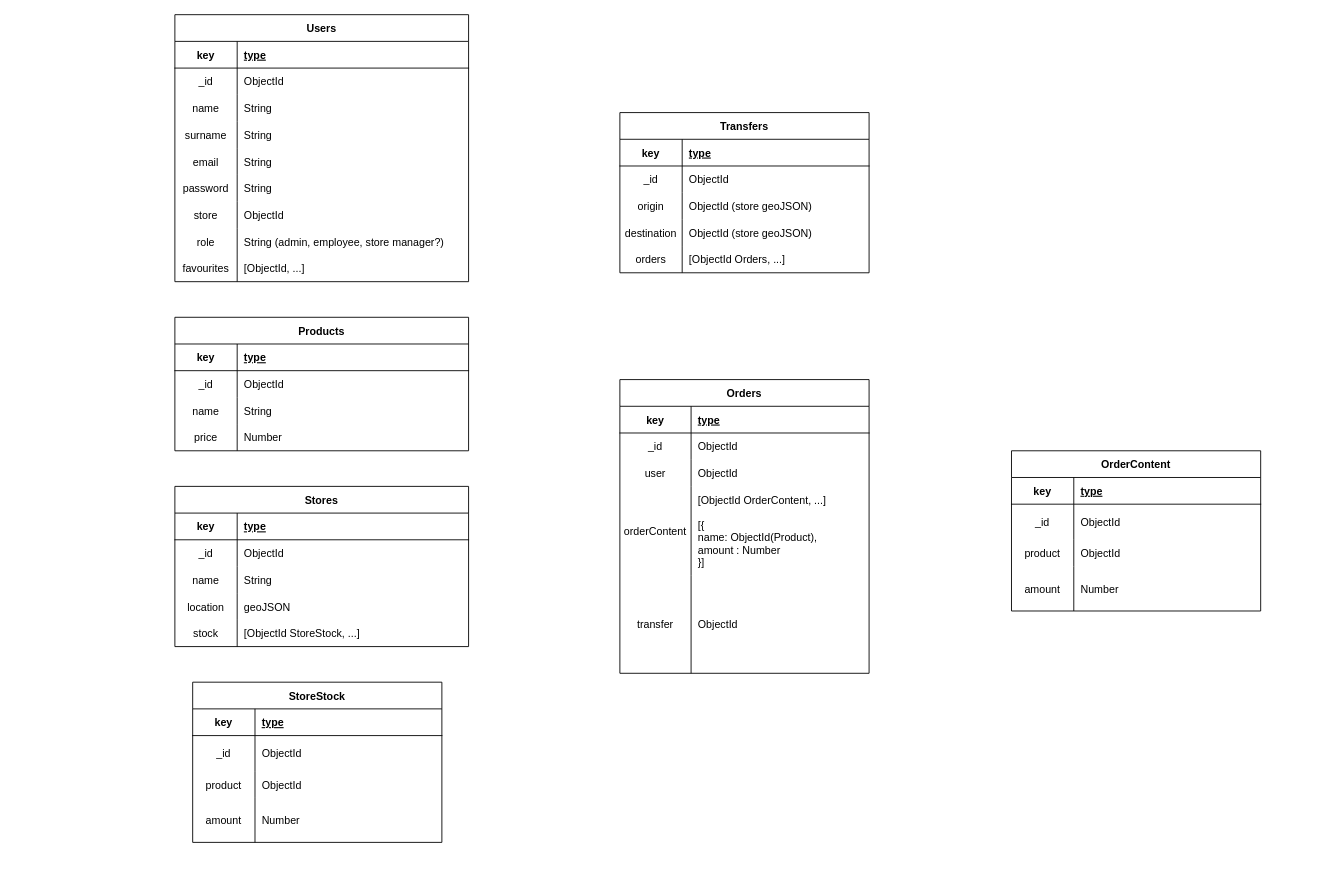
Earlier version of the draw.io diagram omniSell Diagram.drawio (jesusht87/omniSell-API). Source tidied: cells renumbered, new cells numbered last; positions are measured from the earlier drawing's top-left corner, leaving out a move shared by most shapes. Both pictures are drawn from the tidied source at 89%, with x=0, y=0 at pixel (174, 14).
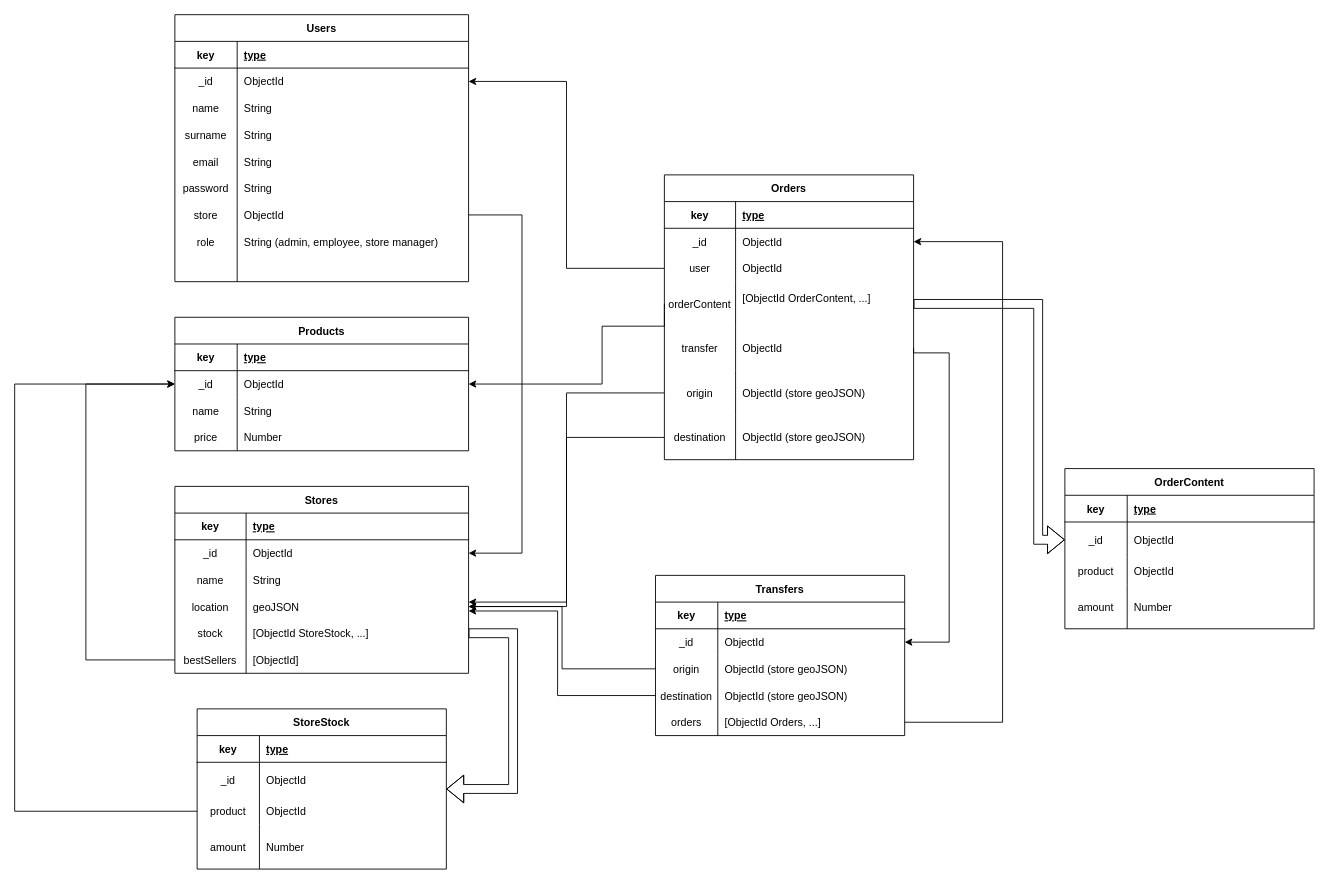
The same diagram, later.

The change refers to these unchanged cells:
```xml
<mxCell id="6" style="shape=tableRow;horizontal=0;startSize=0;swimlaneHead=0;swimlaneBody=0;fillColor=none;points=[[0,0.5],[1,0.5]];portConstraint=eastwest;top=0;left=0;right=0;bottom=0;" parent="2" vertex="1">
  <mxGeometry y="60" width="330" height="30" as="geometry" />
</mxCell>
<mxCell id="16" style="shape=tableRow;horizontal=0;startSize=0;swimlaneHead=0;swimlaneBody=0;fillColor=none;top=0;left=0;right=0;bottom=1;" parent="15" vertex="1">
  <mxGeometry y="30" width="330" height="30" as="geometry" />
</mxCell>
<mxCell id="19" style="shape=tableRow;horizontal=0;startSize=0;swimlaneHead=0;swimlaneBody=0;fillColor=none;points=[[0,0.5],[1,0.5]];portConstraint=eastwest;top=0;left=0;right=0;bottom=0;" parent="15" vertex="1">
  <mxGeometry y="60" width="330" height="30" as="geometry" />
</mxCell>
<mxCell id="22" style="shape=tableRow;horizontal=0;startSize=0;swimlaneHead=0;swimlaneBody=0;fillColor=none;top=0;left=0;right=0;bottom=0;" parent="15" vertex="1">
  <mxGeometry y="90" width="330" height="30" as="geometry" />
</mxCell>
<mxCell id="25" style="shape=tableRow;horizontal=0;startSize=0;swimlaneHead=0;swimlaneBody=0;fillColor=none;points=[[0,0.5],[1,0.5]];portConstraint=eastwest;top=0;left=0;right=0;bottom=0;" parent="15" vertex="1">
  <mxGeometry y="120" width="330" height="30" as="geometry" />
</mxCell>
<mxCell id="28" style="shape=tableRow;horizontal=0;startSize=0;swimlaneHead=0;swimlaneBody=0;fillColor=none;points=[[0,0.5],[1,0.5]];portConstraint=eastwest;top=0;left=0;right=0;bottom=0;" parent="15" vertex="1">
  <mxGeometry y="150" width="330" height="30" as="geometry" />
</mxCell>
<mxCell id="35" style="shape=tableRow;horizontal=0;startSize=0;swimlaneHead=0;swimlaneBody=0;fillColor=none;points=[[0,0.5],[1,0.5]];portConstraint=eastwest;top=0;left=0;right=0;bottom=0;" parent="31" vertex="1">
  <mxGeometry y="60" width="330" height="30" as="geometry" />
</mxCell>
<mxCell id="50" style="shape=tableRow;horizontal=0;startSize=0;swimlaneHead=0;swimlaneBody=0;fillColor=none;points=[[0,0.5],[1,0.5]];portConstraint=eastwest;top=0;left=0;right=0;bottom=0;" parent="31" vertex="1">
  <mxGeometry y="210" width="330" height="30" as="geometry" />
</mxCell>
<mxCell id="53" style="shape=tableRow;horizontal=0;startSize=0;swimlaneHead=0;swimlaneBody=0;fillColor=none;top=0;left=0;right=0;bottom=0;" parent="31" vertex="1">
  <mxGeometry y="240" width="330" height="30" as="geometry" />
</mxCell>
<mxCell id="56" style="shape=tableRow;horizontal=0;startSize=0;swimlaneHead=0;swimlaneBody=0;fillColor=none;top=0;left=0;right=0;bottom=0;" parent="31" vertex="1">
  <mxGeometry y="270" width="330" height="30" as="geometry" />
</mxCell>
<mxCell id="63" style="shape=tableRow;horizontal=0;startSize=0;swimlaneHead=0;swimlaneBody=0;fillColor=none;points=[[0,0.5],[1,0.5]];portConstraint=eastwest;top=0;left=0;right=0;bottom=0;" parent="59" vertex="1">
  <mxGeometry y="60" width="280" height="30" as="geometry" />
</mxCell>
<mxCell id="66" style="shape=tableRow;horizontal=0;startSize=0;swimlaneHead=0;swimlaneBody=0;fillColor=none;points=[[0,0.5],[1,0.5]];portConstraint=eastwest;top=0;left=0;right=0;bottom=0;" parent="59" vertex="1">
  <mxGeometry y="90" width="280" height="30" as="geometry" />
</mxCell>
<mxCell id="79" style="shape=tableRow;horizontal=0;startSize=0;swimlaneHead=0;swimlaneBody=0;fillColor=none;points=[[0,0.5],[1,0.5]];portConstraint=eastwest;top=0;left=0;right=0;bottom=0;" parent="75" vertex="1">
  <mxGeometry y="60" width="280" height="30" as="geometry" />
</mxCell>
<mxCell id="82" style="shape=tableRow;horizontal=0;startSize=0;swimlaneHead=0;swimlaneBody=0;fillColor=none;points=[[0,0.5],[1,0.5]];portConstraint=eastwest;top=0;left=0;right=0;bottom=0;" parent="75" vertex="1">
  <mxGeometry y="90" width="280" height="30" as="geometry" />
</mxCell>
<mxCell id="85" style="shape=tableRow;horizontal=0;startSize=0;swimlaneHead=0;swimlaneBody=0;fillColor=none;points=[[0,0.5],[1,0.5]];portConstraint=eastwest;top=0;left=0;right=0;bottom=0;" parent="75" vertex="1">
  <mxGeometry y="120" width="280" height="30" as="geometry" />
</mxCell>
<mxCell id="88" style="shape=tableRow;horizontal=0;startSize=0;swimlaneHead=0;swimlaneBody=0;fillColor=none;points=[[0,0.5],[1,0.5]];portConstraint=eastwest;top=0;left=0;right=0;bottom=0;" parent="75" vertex="1">
  <mxGeometry y="150" width="280" height="30" as="geometry" />
</mxCell>
<mxCell id="95" style="shape=tableRow;horizontal=0;startSize=0;swimlaneHead=0;swimlaneBody=0;fillColor=none;points=[[0,0.5],[1,0.5]];portConstraint=eastwest;top=0;left=0;right=0;bottom=0;" parent="91" vertex="1">
  <mxGeometry y="60" width="280" height="40" as="geometry" />
</mxCell>
<mxCell id="111" style="shape=tableRow;horizontal=0;startSize=0;swimlaneHead=0;swimlaneBody=0;fillColor=none;points=[[0,0.5],[1,0.5]];portConstraint=eastwest;top=0;left=0;right=0;bottom=0;" parent="104" vertex="1">
  <mxGeometry y="100" width="280" height="30" as="geometry" />
</mxCell>
```

What changed in the source:
```diff
@@
     <mxCell id="15" value="Stores" style="shape=table;startSize=30;childLayout=tableLayout;rowLines=0;fontStyle=1;align=center;" parent="1" vertex="1">
-      <mxGeometry y="530" width="330" height="180" as="geometry" />
+      <mxGeometry y="530" width="330" height="210" as="geometry" />
     </mxCell>
@@
     <mxCell id="17" value="key" style="shape=partialRectangle;fillColor=none;top=0;left=0;bottom=0;right=0;fontStyle=1;overflow=hidden;" parent="16" vertex="1">
-      <mxGeometry width="70" height="30" as="geometry" />
+      <mxGeometry width="80" height="30" as="geometry" />
     </mxCell>
     <mxCell id="18" value="type" style="shape=partialRectangle;fillColor=none;top=0;left=0;bottom=0;right=0;align=left;spacingLeft=6;fontStyle=5;overflow=hidden;" parent="16" vertex="1">
-      <mxGeometry x="70" width="260" height="30" as="geometry" />
+      <mxGeometry x="80" width="250" height="30" as="geometry" />
     </mxCell>
@@
     <mxCell id="20" value="_id" style="shape=partialRectangle;fillColor=none;top=0;left=0;bottom=0;right=0;overflow=hidden;" parent="19" vertex="1">
-      <mxGeometry width="70" height="30" as="geometry" />
+      <mxGeometry width="80" height="30" as="geometry" />
     </mxCell>
     <mxCell id="21" value="ObjectId" style="shape=partialRectangle;fillColor=none;top=0;left=0;bottom=0;right=0;align=left;spacingLeft=6;overflow=hidden;" parent="19" vertex="1">
-      <mxGeometry x="70" width="260" height="30" as="geometry" />
+      <mxGeometry x="80" width="250" height="30" as="geometry" />
     </mxCell>
@@
     <mxCell id="23" value="name" style="shape=partialRectangle;fillColor=none;top=0;left=0;bottom=0;right=0;overflow=hidden;" parent="22" vertex="1">
-      <mxGeometry width="70" height="30" as="geometry" />
+      <mxGeometry width="80" height="30" as="geometry" />
     </mxCell>
     <mxCell id="24" value="String" style="shape=partialRectangle;fillColor=none;top=0;left=0;bottom=0;right=0;align=left;spacingLeft=6;overflow=hidden;" parent="22" vertex="1">
-      <mxGeometry x="70" width="260" height="30" as="geometry" />
+      <mxGeometry x="80" width="250" height="30" as="geometry" />
     </mxCell>
@@
     <mxCell id="26" value="location" style="shape=partialRectangle;fillColor=none;top=0;left=0;bottom=0;right=0;overflow=hidden;" parent="25" vertex="1">
-      <mxGeometry width="70" height="30" as="geometry" />
+      <mxGeometry width="80" height="30" as="geometry" />
     </mxCell>
     <mxCell id="27" value="geoJSON" style="shape=partialRectangle;fillColor=none;top=0;left=0;bottom=0;right=0;align=left;spacingLeft=6;overflow=hidden;" parent="25" vertex="1">
-      <mxGeometry x="70" width="260" height="30" as="geometry" />
+      <mxGeometry x="80" width="250" height="30" as="geometry" />
     </mxCell>
@@
     <mxCell id="29" value="stock" style="shape=partialRectangle;fillColor=none;top=0;left=0;bottom=0;right=0;overflow=hidden;" parent="28" vertex="1">
-      <mxGeometry width="70" height="30" as="geometry" />
+      <mxGeometry width="80" height="30" as="geometry" />
     </mxCell>
     <mxCell id="30" value="[ObjectId StoreStock, ...]" style="shape=partialRectangle;fillColor=none;top=0;left=0;bottom=0;right=0;align=left;spacingLeft=6;overflow=hidden;" parent="28" vertex="1">
-      <mxGeometry x="70" width="260" height="30" as="geometry" />
+      <mxGeometry x="80" width="250" height="30" as="geometry" />
     </mxCell>
+    <mxCell id="117" style="shape=tableRow;horizontal=0;startSize=0;swimlaneHead=0;swimlaneBody=0;fillColor=none;points=[[0,0.5],[1,0.5]];portConstraint=eastwest;top=0;left=0;right=0;bottom=0;" parent="15" vertex="1">
+      <mxGeometry y="180" width="330" height="30" as="geometry" />
+    </mxCell>
+    <mxCell id="118" value="bestSellers" style="shape=partialRectangle;fillColor=none;top=0;left=0;bottom=0;right=0;overflow=hidden;" parent="117" vertex="1">
+      <mxGeometry width="80" height="30" as="geometry" />
+    </mxCell>
+    <mxCell id="119" value="[ObjectId]" style="shape=partialRectangle;fillColor=none;top=0;left=0;bottom=0;right=0;align=left;spacingLeft=6;overflow=hidden;" parent="117" vertex="1">
+      <mxGeometry x="80" width="250" height="30" as="geometry" />
+    </mxCell>
@@
-    <mxCell id="55" value="String (admin, employee, store manager?)" style="shape=partialRectangle;fillColor=none;top=0;left=0;bottom=0;right=0;align=left;spacingLeft=6;overflow=hidden;" parent="53" vertex="1">
+    <mxCell id="55" value="String (admin, employee, store manager)" style="shape=partialRectangle;fillColor=none;top=0;left=0;bottom=0;right=0;align=left;spacingLeft=6;overflow=hidden;" parent="53" vertex="1">
       <mxGeometry x="70" width="260" height="30" as="geometry" />
     </mxCell>
@@
-    <mxCell id="57" value="favourites" style="shape=partialRectangle;fillColor=none;top=0;left=0;bottom=0;right=0;overflow=hidden;" parent="56" vertex="1">
+    <mxCell id="57" style="shape=partialRectangle;fillColor=none;top=0;left=0;bottom=0;right=0;overflow=hidden;" parent="56" vertex="1">
       <mxGeometry width="70" height="30" as="geometry" />
     </mxCell>
-    <mxCell id="58" value="[ObjectId, ...]" style="shape=partialRectangle;fillColor=none;top=0;left=0;bottom=0;right=0;align=left;spacingLeft=6;overflow=hidden;" parent="56" vertex="1">
+    <mxCell id="58" style="shape=partialRectangle;fillColor=none;top=0;left=0;bottom=0;right=0;align=left;spacingLeft=6;overflow=hidden;" parent="56" vertex="1">
       <mxGeometry x="70" width="260" height="30" as="geometry" />
     </mxCell>
     <mxCell id="59" value="Orders" style="shape=table;startSize=30;childLayout=tableLayout;rowLines=0;fontStyle=1;align=center;" parent="1" vertex="1">
-      <mxGeometry x="500" y="410" width="280" height="330" as="geometry" />
+      <mxGeometry x="550" y="180" width="280" height="320" as="geometry" />
     </mxCell>
@@
     <mxCell id="69" style="shape=tableRow;horizontal=0;startSize=0;swimlaneHead=0;swimlaneBody=0;fillColor=none;points=[[0,0.5],[1,0.5]];portConstraint=eastwest;top=0;left=0;right=0;bottom=0;" parent="59" vertex="1">
-      <mxGeometry y="120" width="280" height="100" as="geometry" />
+      <mxGeometry y="120" width="280" height="50" as="geometry" />
     </mxCell>
     <mxCell id="70" value="orderContent" style="shape=partialRectangle;fillColor=none;top=0;left=0;bottom=0;right=0;overflow=hidden;" parent="69" vertex="1">
-      <mxGeometry width="80" height="100" as="geometry" />
+      <mxGeometry width="80" height="50" as="geometry" />
     </mxCell>
-    <mxCell id="71" value="[ObjectId OrderContent, ...]&#10;&#10;[{&#10;name: ObjectId(Product),&#10;amount : Number&#10;}]" style="shape=partialRectangle;fillColor=none;top=0;left=0;bottom=0;right=0;align=left;spacingLeft=6;overflow=hidden;" parent="69" vertex="1">
-      <mxGeometry x="80" width="200" height="100" as="geometry" />
+    <mxCell id="71" value="[ObjectId OrderContent, ...]&#10;" style="shape=partialRectangle;fillColor=none;top=0;left=0;bottom=0;right=0;align=left;spacingLeft=6;overflow=hidden;" parent="69" vertex="1">
+      <mxGeometry x="80" width="200" height="50" as="geometry" />
     </mxCell>
     <mxCell id="72" style="shape=tableRow;horizontal=0;startSize=0;swimlaneHead=0;swimlaneBody=0;fillColor=none;points=[[0,0.5],[1,0.5]];portConstraint=eastwest;top=0;left=0;right=0;bottom=0;" parent="59" vertex="1">
-      <mxGeometry y="220" width="280" height="110" as="geometry" />
+      <mxGeometry y="170" width="280" height="50" as="geometry" />
     </mxCell>
     <mxCell id="73" value="transfer" style="shape=partialRectangle;fillColor=none;top=0;left=0;bottom=0;right=0;overflow=hidden;" parent="72" vertex="1">
-      <mxGeometry width="80" height="110" as="geometry" />
+      <mxGeometry width="80" height="50" as="geometry" />
     </mxCell>
     <mxCell id="74" value="ObjectId" style="shape=partialRectangle;fillColor=none;top=0;left=0;bottom=0;right=0;align=left;spacingLeft=6;overflow=hidden;" parent="72" vertex="1">
-      <mxGeometry x="80" width="200" height="110" as="geometry" />
+      <mxGeometry x="80" width="200" height="50" as="geometry" />
     </mxCell>
+    <mxCell id="120" style="shape=tableRow;horizontal=0;startSize=0;swimlaneHead=0;swimlaneBody=0;fillColor=none;points=[[0,0.5],[1,0.5]];portConstraint=eastwest;top=0;left=0;right=0;bottom=0;" parent="59" vertex="1">
+      <mxGeometry y="220" width="280" height="50" as="geometry" />
+    </mxCell>
+    <mxCell id="121" value="origin" style="shape=partialRectangle;fillColor=none;top=0;left=0;bottom=0;right=0;overflow=hidden;" parent="120" vertex="1">
+      <mxGeometry width="80" height="50" as="geometry" />
+    </mxCell>
+    <mxCell id="122" value="ObjectId (store geoJSON)" style="shape=partialRectangle;fillColor=none;top=0;left=0;bottom=0;right=0;align=left;spacingLeft=6;overflow=hidden;" parent="120" vertex="1">
+      <mxGeometry x="80" width="200" height="50" as="geometry" />
+    </mxCell>
+    <mxCell id="123" style="shape=tableRow;horizontal=0;startSize=0;swimlaneHead=0;swimlaneBody=0;fillColor=none;points=[[0,0.5],[1,0.5]];portConstraint=eastwest;top=0;left=0;right=0;bottom=0;" parent="59" vertex="1">
+      <mxGeometry y="270" width="280" height="50" as="geometry" />
+    </mxCell>
+    <mxCell id="124" value="destination" style="shape=partialRectangle;fillColor=none;top=0;left=0;bottom=0;right=0;overflow=hidden;" parent="123" vertex="1">
+      <mxGeometry width="80" height="50" as="geometry" />
+    </mxCell>
+    <mxCell id="125" value="ObjectId (store geoJSON)" style="shape=partialRectangle;fillColor=none;top=0;left=0;bottom=0;right=0;align=left;spacingLeft=6;overflow=hidden;" parent="123" vertex="1">
+      <mxGeometry x="80" width="200" height="50" as="geometry" />
+    </mxCell>
     <mxCell id="75" value="Transfers" style="shape=table;startSize=30;childLayout=tableLayout;rowLines=0;fontStyle=1;align=center;" parent="1" vertex="1">
-      <mxGeometry x="500" y="110" width="280" height="180" as="geometry" />
+      <mxGeometry x="540" y="630" width="280" height="180" as="geometry" />
     </mxCell>
@@
     <mxCell id="91" value="OrderContent" style="shape=table;startSize=30;childLayout=tableLayout;rowLines=0;fontStyle=1;align=center;" parent="1" vertex="1">
-      <mxGeometry x="940" y="490" width="280" height="180" as="geometry" />
+      <mxGeometry x="1000" y="510" width="280" height="180" as="geometry" />
     </mxCell>
@@
     <mxCell id="104" value="StoreStock" style="shape=table;startSize=30;childLayout=tableLayout;rowLines=0;fontStyle=1;align=center;" parent="1" vertex="1">
-      <mxGeometry x="20" y="750" width="280" height="180" as="geometry" />
+      <mxGeometry x="25" y="780" width="280" height="180" as="geometry" />
     </mxCell>
@@
+    <mxCell id="126" style="edgeStyle=orthogonalEdgeStyle;rounded=0;jettySize=auto;html=1;entryX=0;entryY=0.5;entryDx=0;entryDy=0;" parent="1" edge="1" source="117" target="6">
+      <mxGeometry relative="1" as="geometry">
+        <Array as="points">
+          <mxPoint x="-100" y="725" />
+          <mxPoint x="-100" y="415" />
+        </Array>
+      </mxGeometry>
+    </mxCell>
+    <mxCell id="127" style="edgeStyle=orthogonalEdgeStyle;rounded=0;jettySize=auto;html=1;entryX=1;entryY=0.5;entryDx=0;entryDy=0;shape=flexArrow;" parent="1" edge="1" source="28" target="104">
+      <mxGeometry relative="1" as="geometry">
+        <Array as="points">
+          <mxPoint x="380" y="695" />
+          <mxPoint x="380" y="870" />
+        </Array>
+      </mxGeometry>
+    </mxCell>
+    <mxCell id="128" style="edgeStyle=orthogonalEdgeStyle;rounded=0;jettySize=auto;html=1;entryX=0;entryY=0.5;entryDx=0;entryDy=0;" parent="1" edge="1" source="111" target="6">
+      <mxGeometry relative="1" as="geometry">
+        <Array as="points">
+          <mxPoint x="-180" y="895" />
+          <mxPoint x="-180" y="415" />
+        </Array>
+      </mxGeometry>
+    </mxCell>
+    <mxCell id="129" style="edgeStyle=orthogonalEdgeStyle;rounded=0;jettySize=auto;html=1;entryX=1;entryY=0.5;entryDx=0;entryDy=0;" parent="1" edge="1" source="50" target="19">
+      <mxGeometry relative="1" as="geometry">
+        <Array as="points">
+          <mxPoint x="390" y="225" />
+          <mxPoint x="390" y="605" />
+        </Array>
+      </mxGeometry>
+    </mxCell>
+    <mxCell id="130" style="edgeStyle=orthogonalEdgeStyle;rounded=0;jettySize=auto;html=1;entryX=1;entryY=0.5;entryDx=0;entryDy=0;" parent="1" edge="1" source="66" target="35">
+      <mxGeometry relative="1" as="geometry" />
+    </mxCell>
+    <mxCell id="131" style="edgeStyle=orthogonalEdgeStyle;rounded=0;jettySize=auto;html=1;entryX=1;entryY=0.5;entryDx=0;entryDy=0;exitX=0;exitY=0.5;exitDx=0;exitDy=0;" parent="1" edge="1" source="69" target="6">
+      <mxGeometry relative="1" as="geometry">
+        <Array as="points">
+          <mxPoint x="480" y="350" />
+          <mxPoint x="480" y="415" />
+        </Array>
+      </mxGeometry>
+    </mxCell>
+    <mxCell id="132" style="edgeStyle=orthogonalEdgeStyle;rounded=0;jettySize=auto;html=1;entryX=1;entryY=0.5;entryDx=0;entryDy=0;" parent="1" edge="1" source="88" target="63">
+      <mxGeometry relative="1" as="geometry">
+        <Array as="points">
+          <mxPoint x="930" y="795" />
+          <mxPoint x="930" y="255" />
+        </Array>
+      </mxGeometry>
+    </mxCell>
+    <mxCell id="133" style="edgeStyle=orthogonalEdgeStyle;rounded=0;jettySize=auto;html=1;entryX=1;entryY=0.5;entryDx=0;entryDy=0;" parent="1" edge="1" source="82" target="25">
+      <mxGeometry relative="1" as="geometry" />
+    </mxCell>
+    <mxCell id="134" style="edgeStyle=orthogonalEdgeStyle;rounded=0;jettySize=auto;html=1;" parent="1" edge="1" source="85">
+      <mxGeometry relative="1" as="geometry">
+        <mxPoint x="330" y="670" as="targetPoint" />
+        <Array as="points">
+          <mxPoint x="430" y="765" />
+          <mxPoint x="430" y="670" />
+        </Array>
+      </mxGeometry>
+    </mxCell>
+    <mxCell id="135" style="edgeStyle=orthogonalEdgeStyle;rounded=0;jettySize=auto;html=1;entryX=1;entryY=0.5;entryDx=0;entryDy=0;exitX=1;exitY=0.5;exitDx=0;exitDy=0;" parent="1" edge="1" source="72" target="79">
+      <mxGeometry relative="1" as="geometry">
+        <Array as="points">
+          <mxPoint x="830" y="380" />
+          <mxPoint x="870" y="380" />
+          <mxPoint x="870" y="705" />
+        </Array>
+      </mxGeometry>
+    </mxCell>
+    <mxCell id="136" style="edgeStyle=orthogonalEdgeStyle;shape=flexArrow;rounded=0;jettySize=auto;html=1;entryX=0;entryY=0.5;entryDx=0;entryDy=0;" parent="1" edge="1" source="69" target="95">
+      <mxGeometry relative="1" as="geometry">
+        <Array as="points">
+          <mxPoint x="970" y="325" />
+          <mxPoint x="970" y="590" />
+        </Array>
+      </mxGeometry>
+    </mxCell>
+    <mxCell id="137" style="edgeStyle=orthogonalEdgeStyle;rounded=0;jettySize=auto;html=1;entryX=1;entryY=0.5;entryDx=0;entryDy=0;" parent="1" edge="1" source="120" target="25">
+      <mxGeometry relative="1" as="geometry" />
+    </mxCell>
+    <mxCell id="138" style="edgeStyle=orthogonalEdgeStyle;rounded=0;jettySize=auto;html=1;" parent="1" edge="1" source="123">
+      <mxGeometry relative="1" as="geometry">
+        <mxPoint x="330" y="660" as="targetPoint" />
+        <Array as="points">
+          <mxPoint x="440" y="475" />
+          <mxPoint x="440" y="660" />
+        </Array>
+      </mxGeometry>
+    </mxCell>
```
